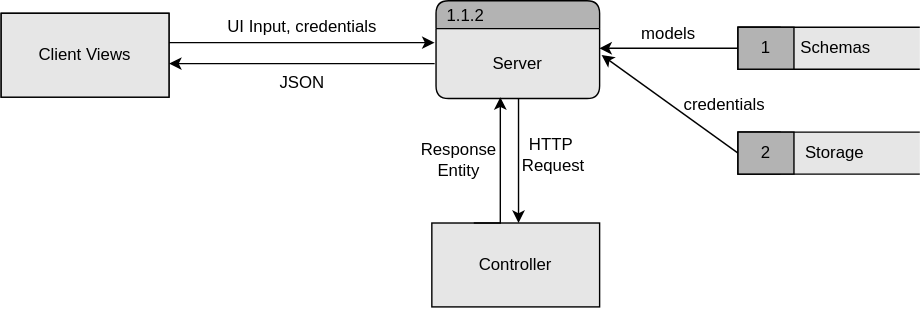
Above: Web Interface/TeamThreeFiles/1.1.2 Server DFD.drawio.svg in MckennahPalmer/CSE430 (draw.io), before the change. Source tidied: cells renumbered, new cells last; positions are measured from the earlier drawing's top-left corner, leaving out a move shared by most shapes.
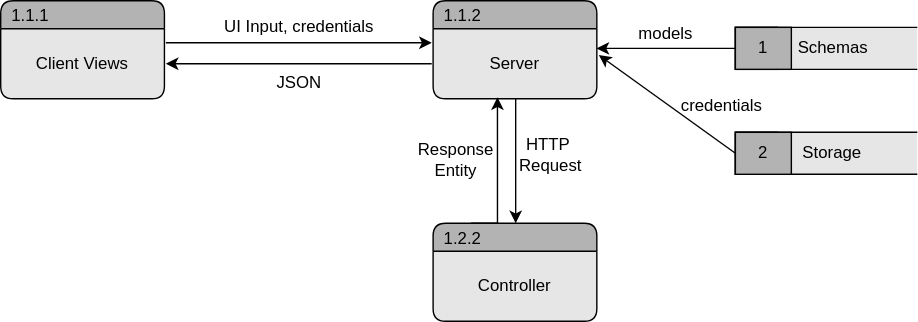
The same file after the commit.

What changed in the source:
```diff
@@ -2,9 +2,6 @@
   <root>
     <mxCell id="0" />
     <mxCell id="1" parent="0" />
-    <mxCell id="2" value="Client" style="rounded=0;whiteSpace=wrap;html=1;" parent="1" vertex="1">
-      <mxGeometry y="9" width="120" height="60" as="geometry" />
-    </mxCell>
     <mxCell id="3" style="edgeStyle=orthogonalEdgeStyle;rounded=0;orthogonalLoop=1;jettySize=auto;html=1;exitX=0;exitY=0.75;exitDx=0;exitDy=0;entryX=1;entryY=0.75;entryDx=0;entryDy=0;" parent="1" edge="1">
       <mxGeometry relative="1" as="geometry">
         <mxPoint x="310" y="45" as="sourcePoint" />
@@ -55,12 +52,6 @@
     <mxCell id="15" value="Server" style="text;html=1;strokeColor=none;fillColor=none;align=center;verticalAlign=middle;whiteSpace=wrap;rounded=0;fontSize=12;fontFamily=Helvetica;fontColor=default;" parent="14" vertex="1">
       <mxGeometry y="20" width="117" height="50" as="geometry" />
     </mxCell>
-    <mxCell id="16" value="Client Views" style="rounded=0;whiteSpace=wrap;html=1;strokeColor=default;align=center;verticalAlign=middle;fontFamily=Helvetica;fontSize=12;fontColor=default;startSize=20;fillColor=#E6E6E6;" parent="1" vertex="1">
-      <mxGeometry y="9" width="120" height="60" as="geometry" />
-    </mxCell>
-    <mxCell id="17" value="Controller" style="rounded=0;whiteSpace=wrap;html=1;strokeColor=default;align=center;verticalAlign=middle;fontFamily=Helvetica;fontSize=12;fontColor=default;startSize=20;fillColor=#E6E6E6;" parent="1" vertex="1">
-      <mxGeometry x="308" y="159" width="120" height="60" as="geometry" />
-    </mxCell>
     <mxCell id="18" style="group;" parent="1" vertex="1">
       <mxGeometry x="527" y="19" width="130" height="30" as="geometry" />
     </mxCell>
@@ -94,12 +85,25 @@
     <mxCell id="28" value="credentials" style="text;html=1;align=center;verticalAlign=middle;strokeColor=none;fillColor=none;" parent="1" vertex="1">
       <mxGeometry x="477" y="60" width="80" height="30" as="geometry" />
     </mxCell>
-    <mxCell id="29" style="edgeStyle=orthogonalEdgeStyle;rounded=0;jettySize=auto;html=1;exitX=0.25;exitY=0;exitDx=0;exitDy=0;entryX=0.393;entryY=0.98;entryDx=0;entryDy=0;entryPerimeter=0;" parent="1" edge="1" source="17" target="15">
+    <mxCell id="29" style="edgeStyle=orthogonalEdgeStyle;rounded=0;jettySize=auto;html=1;exitX=0.25;exitY=0;exitDx=0;exitDy=0;entryX=0.393;entryY=0.98;entryDx=0;entryDy=0;entryPerimeter=0;" parent="1" edge="1" target="15">
       <mxGeometry relative="1" as="geometry">
+        <mxPoint x="338" y="159" as="sourcePoint" />
         <Array as="points">
           <mxPoint x="357" y="159" />
         </Array>
       </mxGeometry>
     </mxCell>
+    <mxCell id="30" value="1.2.2" style="swimlane;fontStyle=0;horizontal=1;startSize=20;fillColor=#B3B3B3;swimlaneFillColor=#E6E6E6;rounded=1;strokeColor=default;align=left;verticalAlign=middle;fontFamily=Helvetica;fontSize=12;fontColor=default;spacingLeft=6;shadow=0;" parent="1" vertex="1">
+      <mxGeometry x="311" y="159" width="117" height="70" as="geometry" />
+    </mxCell>
+    <mxCell id="17" value="Controller" style="text;html=1;strokeColor=none;fillColor=none;align=center;verticalAlign=middle;whiteSpace=wrap;rounded=0;fontSize=12;fontFamily=Helvetica;fontColor=default;" parent="30" vertex="1">
+      <mxGeometry y="20" width="117" height="50" as="geometry" />
+    </mxCell>
+    <mxCell id="31" value="1.1.1" style="swimlane;fontStyle=0;horizontal=1;startSize=20;fillColor=#B3B3B3;swimlaneFillColor=#E6E6E6;rounded=1;strokeColor=default;align=left;verticalAlign=middle;fontFamily=Helvetica;fontSize=12;fontColor=default;spacingLeft=6;shadow=0;" parent="1" vertex="1">
+      <mxGeometry x="2" width="117" height="70" as="geometry" />
+    </mxCell>
+    <mxCell id="16" value="Client Views" style="text;html=1;strokeColor=none;fillColor=none;align=center;verticalAlign=middle;whiteSpace=wrap;rounded=0;fontSize=12;fontFamily=Helvetica;fontColor=default;" parent="31" vertex="1">
+      <mxGeometry y="20" width="117" height="50" as="geometry" />
+    </mxCell>
   </root>
 </mxGraphModel>
```
